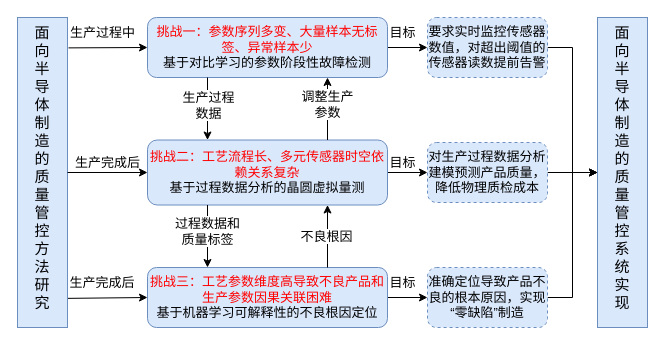
Before: 研究内容129.drawio in ZhouLfei/hello, a draw.io diagram. Source tidied: cells renumbered, new cells numbered last; positions are measured from the earlier drawing's top-left corner, leaving out a move shared by most shapes. Both pictures are drawn from the tidied source at 100%, with x=0, y=0 at pixel (17, 17).
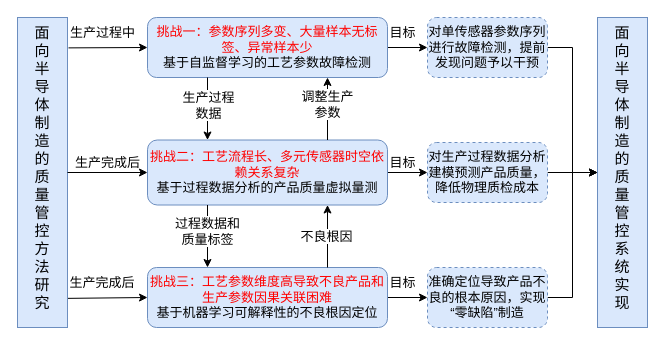
Above is the later version.

Commit message:
更新研究内容129.drawio

The change refers to these unchanged cells:
```xml
<mxCell id="14" value="&lt;p style=&quot;margin-top: 0pt; margin-bottom: 0pt; margin-left: 0in; direction: ltr; unicode-bidi: embed; word-break: normal; font-size: 13px;&quot;&gt;对生产过程数据分析建模预测产品质量，降低物理质检成本&lt;/p&gt;" style="rounded=1;whiteSpace=wrap;html=1;fontFamily=华文中宋;fontSize=13;fillColor=#dae8fc;strokeColor=#6c8ebf;dashed=1;" parent="1" vertex="1">
  <mxGeometry x="410" y="125" width="120" height="60" as="geometry" />
</mxCell>
<mxCell id="33" style="rounded=0;whiteSpace=wrap;html=1;fontFamily=华文中宋;fontSize=13;fillColor=#dae8fc;strokeColor=#6c8ebf;" parent="1" vertex="1">
  <mxGeometry x="580" width="50" height="310" as="geometry" />
</mxCell>
```

What changed in the source:
```diff
@@
-    <mxCell id="5" value="&lt;font color=&quot;#ff0000&quot;&gt;挑战一：参数序列多变、大量样本无标签、异常样本少&lt;/font&gt;&lt;br&gt;基于对比学习的参数阶段性故障检测" style="rounded=1;whiteSpace=wrap;html=1;fontFamily=华文中宋;fontSize=13;fillColor=#dae8fc;strokeColor=#6c8ebf;" parent="1" vertex="1">
+    <mxCell id="5" value="&lt;font color=&quot;#ff0000&quot;&gt;挑战一：参数序列多变、大量样本无标签、异常样本少&lt;/font&gt;&lt;br&gt;基于自监督学习的工艺参数故障检测" style="rounded=1;whiteSpace=wrap;html=1;fontFamily=华文中宋;fontSize=13;fillColor=#dae8fc;strokeColor=#6c8ebf;" parent="1" vertex="1">
       <mxGeometry x="130" width="240" height="60" as="geometry" />
     </mxCell>
@@
-    <mxCell id="7" value="&lt;font color=&quot;#ff0000&quot;&gt;挑战二：工艺流程长、多元传感器时空依赖关系复杂&lt;/font&gt;&lt;br&gt;基于过程数据分析的晶圆虚拟量测" style="rounded=1;whiteSpace=wrap;html=1;fontFamily=华文中宋;fontSize=13;fillColor=#dae8fc;strokeColor=#6c8ebf;" parent="1" vertex="1">
+    <mxCell id="7" value="&lt;font color=&quot;#ff0000&quot;&gt;挑战二：工艺流程长、多元传感器时空依赖关系复杂&lt;/font&gt;&lt;br&gt;基于过程数据分析的产品质量虚拟量测" style="rounded=1;whiteSpace=wrap;html=1;fontFamily=华文中宋;fontSize=13;fillColor=#dae8fc;strokeColor=#6c8ebf;" parent="1" vertex="1">
       <mxGeometry x="130" y="122.5" width="240" height="65" as="geometry" />
     </mxCell>
@@
-    <mxCell id="11" value="&lt;p style=&quot;margin-top: 0pt; margin-bottom: 0pt; margin-left: 0in; direction: ltr; unicode-bidi: embed; word-break: normal; font-size: 13px;&quot;&gt;要求实时监控传感器数值，对超出阈值的传感器读数提前告警&lt;/p&gt;" style="rounded=1;whiteSpace=wrap;html=1;fontFamily=华文中宋;fontSize=13;fillColor=#dae8fc;strokeColor=#6c8ebf;dashed=1;" parent="1" vertex="1">
+    <mxCell id="11" value="&lt;p style=&quot;margin-top: 0pt; margin-bottom: 0pt; margin-left: 0in; direction: ltr; unicode-bidi: embed; word-break: normal; font-size: 13px;&quot;&gt;对单传感器参数序列进行故障检测，提前发现问题予以干预&lt;/p&gt;" style="rounded=1;whiteSpace=wrap;html=1;fontFamily=华文中宋;fontSize=13;fillColor=#dae8fc;strokeColor=#6c8ebf;dashed=1;" parent="1" vertex="1">
       <mxGeometry x="410" width="120" height="60" as="geometry" />
     </mxCell>
@@
-    <mxCell id="13" style="edgeStyle=orthogonalEdgeStyle;rounded=0;jettySize=auto;html=1;" parent="1" edge="1" source="14" target="33">
+    <mxCell id="13" style="edgeStyle=orthogonalEdgeStyle;rounded=0;jettySize=auto;html=1;strokeWidth=1;" parent="1" edge="1" source="14" target="33">
       <mxGeometry relative="1" as="geometry" />
     </mxCell>
```
